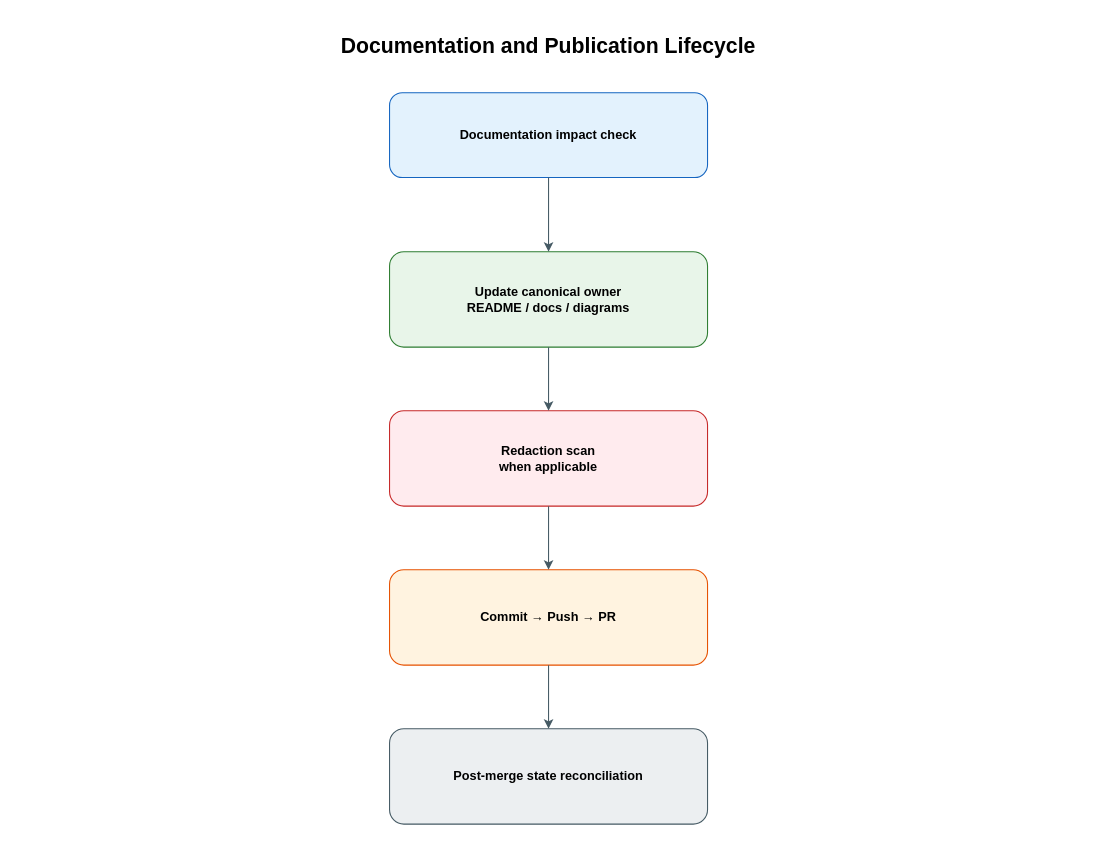
i-zrhe2016/codex-development-workflow keeps this draw.io diagram as docs/diagrams/drawio/docs-publication-flow.drawio. Above is the earlier version. Source tidied: cells renumbered, new cells numbered last; positions are measured from the earlier drawing's top-left corner, leaving out a move shared by most shapes. Both pictures are drawn from the tidied source at 106%, with x=0, y=0 at pixel (18, 18).
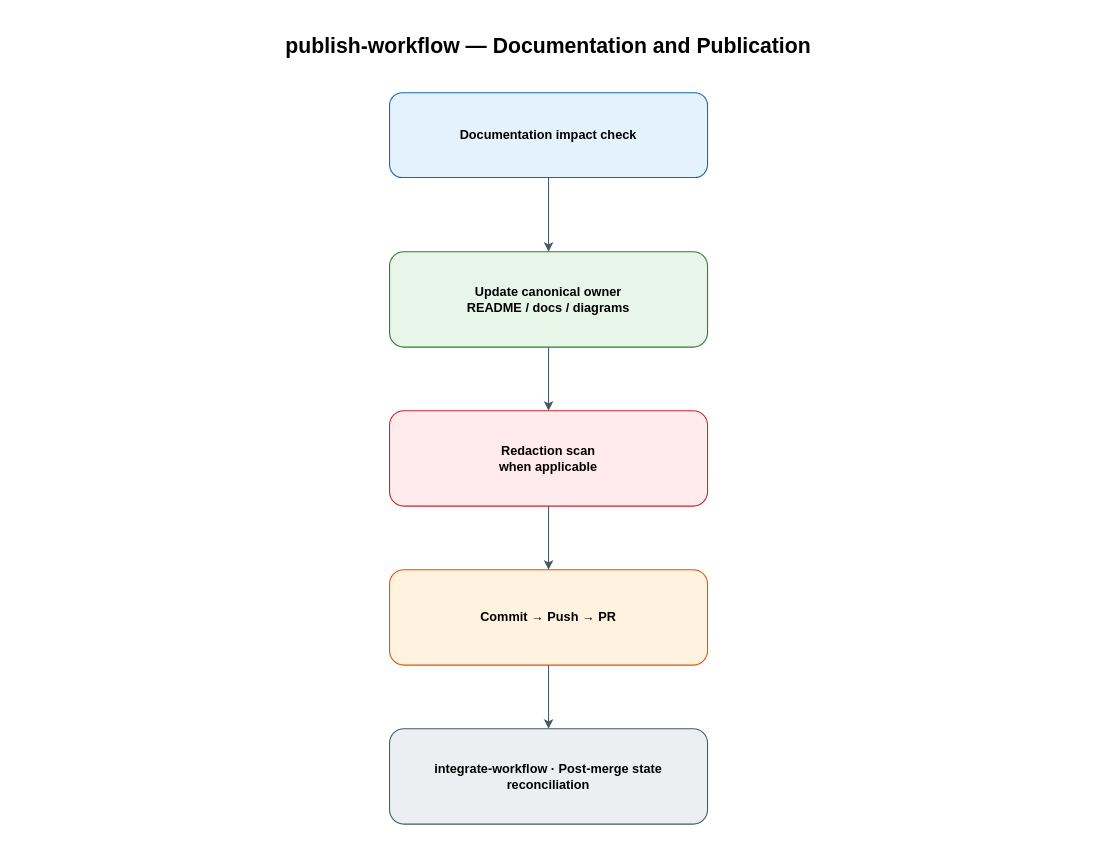
The same diagram, later.

The edit, as a diff of the source:
```diff
@@
 <mxGraphModel background="#ffffff">
   <root>
     <mxCell id="0" />
     <mxCell id="1" parent="0" />
-    <mxCell id="2" value="Documentation and Publication Lifecycle" style="rounded=1;whiteSpace=wrap;html=1;fillColor=#ffffff;strokeColor=none;fontFamily=Arial;fontSize=20;fontStyle=1;align=center;verticalAlign=middle;" parent="1" vertex="1">
+    <mxCell id="2" value="publish-workflow — Documentation and Publication" style="rounded=1;whiteSpace=wrap;html=1;fillColor=#ffffff;strokeColor=none;fontFamily=Arial;fontSize=20;fontStyle=1;align=center;verticalAlign=middle;" parent="1" vertex="1">
       <mxGeometry width="1000" height="50" as="geometry" />
     </mxCell>
     <mxCell id="3" value="Documentation impact check" style="rounded=1;whiteSpace=wrap;html=1;fillColor=#e3f2fd;strokeColor=#1565c0;fontFamily=Arial;fontSize=12;align=center;verticalAlign=middle;spacing=8;fontStyle=1;" parent="1" vertex="1">
       <mxGeometry x="350" y="70" width="300" height="80" as="geometry" />
     </mxCell>
     <mxCell id="4" value="Update canonical owner&#10;README / docs / diagrams" style="rounded=1;whiteSpace=wrap;html=1;fillColor=#e8f5e9;strokeColor=#2e7d32;fontFamily=Arial;fontSize=12;align=center;verticalAlign=middle;spacing=8;fontStyle=1;" parent="1" vertex="1">
       <mxGeometry x="350" y="220" width="300" height="90" as="geometry" />
     </mxCell>
     <mxCell id="5" value="Redaction scan&#10;when applicable" style="rounded=1;whiteSpace=wrap;html=1;fillColor=#ffebee;strokeColor=#c62828;fontFamily=Arial;fontSize=12;align=center;verticalAlign=middle;spacing=8;fontStyle=1;" parent="1" vertex="1">
       <mxGeometry x="350" y="370" width="300" height="90" as="geometry" />
     </mxCell>
     <mxCell id="6" value="Commit → Push → PR" style="rounded=1;whiteSpace=wrap;html=1;fillColor=#fff3e0;strokeColor=#e65100;fontFamily=Arial;fontSize=12;align=center;verticalAlign=middle;spacing=8;fontStyle=1;" parent="1" vertex="1">
       <mxGeometry x="350" y="520" width="300" height="90" as="geometry" />
     </mxCell>
-    <mxCell id="7" value="Post-merge state reconciliation" style="rounded=1;whiteSpace=wrap;html=1;fillColor=#eceff1;strokeColor=#455a64;fontFamily=Arial;fontSize=12;align=center;verticalAlign=middle;spacing=8;fontStyle=1;" parent="1" vertex="1">
+    <mxCell id="7" value="integrate-workflow · Post-merge state reconciliation" style="rounded=1;whiteSpace=wrap;html=1;fillColor=#eceff1;strokeColor=#455a64;fontFamily=Arial;fontSize=12;align=center;verticalAlign=middle;spacing=8;fontStyle=1;" parent="1" vertex="1">
       <mxGeometry x="350" y="670" width="300" height="90" as="geometry" />
     </mxCell>
     <mxCell id="8" style="edgeStyle=orthogonalEdgeStyle;rounded=0;jettySize=auto;html=1;endArrow=classic;endFill=1;strokeColor=#455a64;fontColor=#455a64;fontFamily=Arial;fontSize=11;" parent="1" edge="1" source="3" target="4">
       <mxGeometry relative="1" as="geometry" />
     </mxCell>
     <mxCell id="9" style="edgeStyle=orthogonalEdgeStyle;rounded=0;jettySize=auto;html=1;endArrow=classic;endFill=1;strokeColor=#455a64;fontColor=#455a64;fontFamily=Arial;fontSize=11;" parent="1" edge="1" source="4" target="5">
       <mxGeometry relative="1" as="geometry" />
     </mxCell>
     <mxCell id="10" style="edgeStyle=orthogonalEdgeStyle;rounded=0;jettySize=auto;html=1;endArrow=classic;endFill=1;strokeColor=#455a64;fontColor=#455a64;fontFamily=Arial;fontSize=11;" parent="1" edge="1" source="5" target="6">
       <mxGeometry relative="1" as="geometry" />
     </mxCell>
     <mxCell id="11" style="edgeStyle=orthogonalEdgeStyle;rounded=0;jettySize=auto;html=1;endArrow=classic;endFill=1;strokeColor=#455a64;fontColor=#455a64;fontFamily=Arial;fontSize=11;" parent="1" edge="1" source="6" target="7">
       <mxGeometry relative="1" as="geometry" />
     </mxCell>
   </root>
 </mxGraphModel>
```
